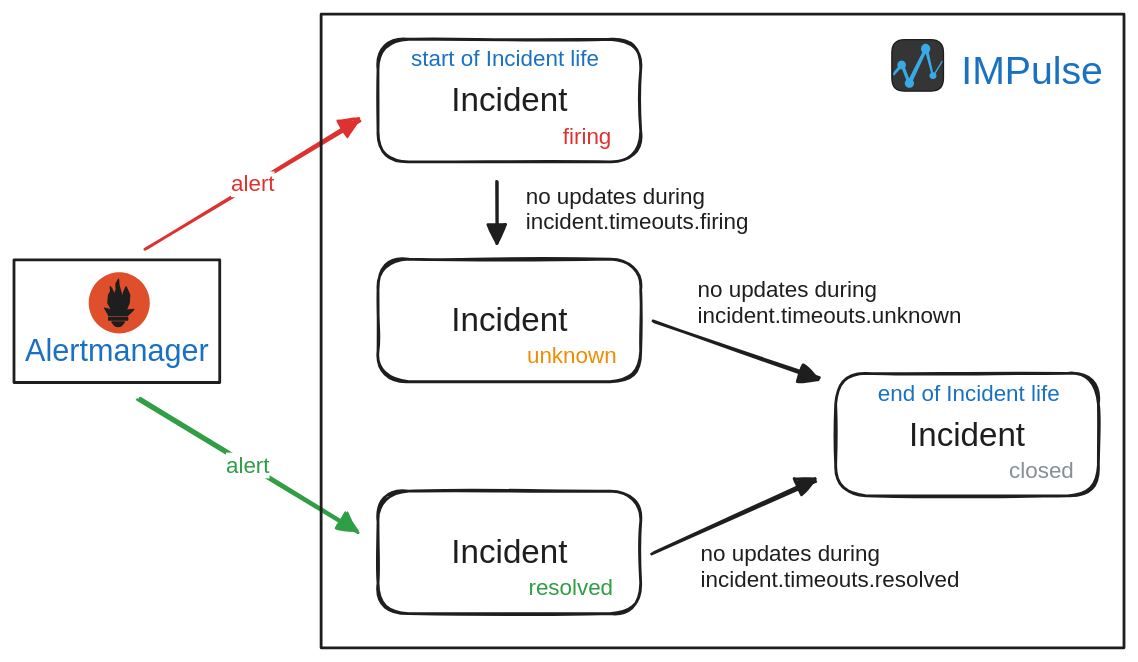
Earlier version of the Excalidraw export docs/content/media/incident_behavior.excalidraw.svg (eslupmi/impulse). Source tidied: one line per element, renumbered; positions are measured from the earlier drawing's top-left corner, leaving out a move shared by most shapes.
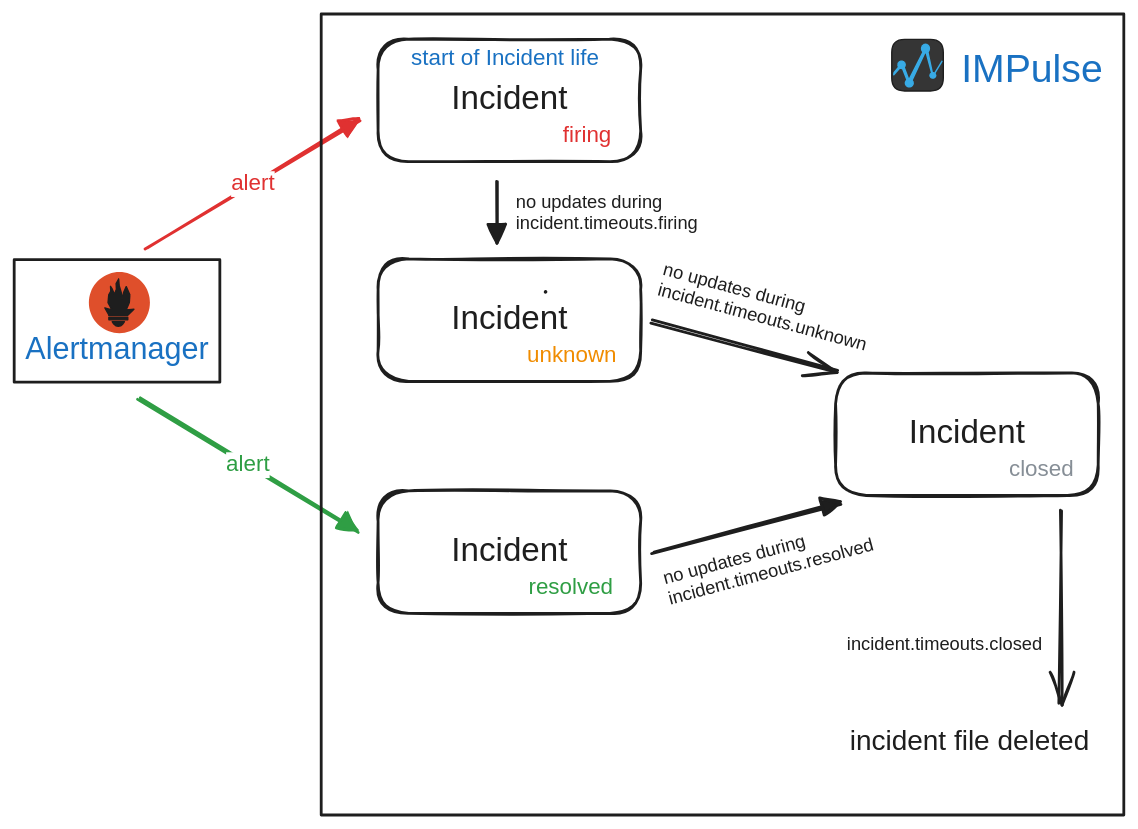
The same file after the commit.

What changed in the source:
```diff
@@ -4,11 +4,10 @@
 {"id": 3, "type": "rectangle", "strokeColor": "#1e1e1e", "strokeWidth": 2, "roughness": 1, "round": true, "x": 260, "y": 341, "width": 188, "height": 88}
 {"id": 4, "type": "text", "text": "Incident", "strokeColor": "#1e1e1e", "strokeWidth": 2, "roughness": 1, "fontSize": 23.67, "fontFamily": 2, "textAlign": "center", "verticalAlign": "middle", "inside": 3, "x": 312, "y": 371, "width": 83, "height": 27}
 {"id": 5, "type": "text", "text": "resolved", "strokeColor": "#2f9e44", "strokeWidth": 2, "roughness": 1, "fontSize": 16, "fontFamily": 2, "textAlign": "center", "verticalAlign": "middle", "x": 367, "y": 401, "width": 60, "height": 18}
-{"id": 6, "type": "arrow", "strokeColor": "#1e1e1e", "strokeWidth": 2, "roughness": 1, "endArrowhead": "triangle", "round": true, "from": 3, "to": 14, "x": 456, "y": 386, "width": 115, "height": 52, "points": [[0, 0], [115, -52]]}
+{"id": 6, "type": "arrow", "strokeColor": "#1e1e1e", "strokeWidth": 2, "roughness": 1, "endArrowhead": "triangle", "round": true, "from": 3, "to": 14, "x": 456, "y": 386, "width": 133, "height": 36, "points": [[0, 0], [133, -36]]}
 {"id": 7, "type": "arrow", "strokeColor": "#2f9e44", "strokeWidth": 2, "roughness": 1, "endArrowhead": "triangle", "round": true, "from": 22, "to": 3, "x": 89, "y": 275, "width": 157, "height": 94, "points": [[0, 0], [157, 94]]}
 {"id": 8, "type": "text", "text": "alert", "strokeColor": "#2f9e44", "strokeWidth": 2, "roughness": 1, "fontSize": 16, "fontFamily": 2, "textAlign": "center", "verticalAlign": "middle", "inside": 7, "x": 152, "y": 297, "width": 31, "height": 18}
-{"id": 9, "type": "text", "text": "end of Incident life", "strokeColor": "#1971c2", "strokeWidth": 2, "roughness": 1, "fontSize": 16, "fontFamily": 2, "x": 617, "y": 262, "width": 130, "height": 18}
-{"id": 10, "type": "arrow", "strokeColor": "#1e1e1e", "strokeWidth": 2, "roughness": 1, "endArrowhead": "triangle", "round": true, "from": 17, "to": 14, "x": 456, "y": 219, "width": 119, "height": 41, "points": [[0, 0], [119, 41]]}
+{"id": 10, "type": "arrow", "strokeColor": "#1e1e1e", "strokeWidth": 2, "roughness": 1, "endArrowhead": "triangle", "round": true, "from": 25, "to": 25, "x": 380, "y": 198, "width": 0, "height": 0, "points": [[0, 0], [0, 0]]}
 {"id": 11, "type": "rectangle", "strokeColor": "#1e1e1e", "strokeWidth": 2, "roughness": 1, "round": true, "x": 260, "y": 18, "width": 188, "height": 88}
 {"id": 12, "type": "text", "text": "Incident", "strokeColor": "#1e1e1e", "strokeWidth": 2, "roughness": 1, "fontSize": 23.67, "fontFamily": 2, "textAlign": "center", "verticalAlign": "middle", "inside": 11, "x": 312, "y": 48, "width": 83, "height": 27}
 {"id": 13, "type": "text", "text": "firing", "strokeColor": "#e03131", "strokeWidth": 2, "roughness": 1, "fontSize": 16, "fontFamily": 2, "textAlign": "center", "verticalAlign": "middle", "x": 392, "y": 78, "width": 35, "height": 18}
@@ -19,12 +18,10 @@
 {"id": 18, "type": "text", "text": "Incident", "strokeColor": "#1e1e1e", "strokeWidth": 2, "roughness": 1, "fontSize": 23.67, "fontFamily": 2, "textAlign": "center", "verticalAlign": "middle", "inside": 17, "x": 312, "y": 205, "width": 83, "height": 27}
 {"id": 19, "type": "text", "text": "unknown", "strokeColor": "#f08c00", "strokeWidth": 2, "roughness": 1, "fontSize": 16, "fontFamily": 2, "textAlign": "center", "verticalAlign": "middle", "x": 366, "y": 235, "width": 64, "height": 18}
 {"id": 20, "type": "text", "text": "start of Incident life", "strokeColor": "#1971c2", "strokeWidth": 2, "roughness": 1, "fontSize": 16, "fontFamily": 2, "x": 284, "y": 23, "width": 134, "height": 18}
-{"id": 21, "type": "rectangle", "strokeColor": "#1e1e1e", "strokeWidth": 2, "roughness": 0, "x": 219, "y": 0, "width": 573, "height": 453}
+{"id": 21, "type": "rectangle", "strokeColor": "#1e1e1e", "strokeWidth": 2, "roughness": 0, "x": 219, "y": 0, "width": 573, "height": 572}
 {"id": 22, "type": "rectangle", "strokeColor": "#1e1e1e", "strokeWidth": 2, "roughness": 0, "x": 0, "y": 176, "width": 147, "height": 88}
 {"id": 23, "type": "text", "text": "IMPulse", "strokeColor": "#1971c2", "strokeWidth": 2, "strokeStyle": "dashed", "roughness": 1, "fontSize": 28, "fontFamily": 2, "x": 677, "y": 25, "width": 101, "height": 32}
-{"id": 24, "type": "text", "text": "no updates during \nincident.timeouts.firing", "strokeColor": "#1e1e1e", "strokeWidth": 2, "roughness": 1, "fontSize": 16, "fontFamily": 2, "x": 365, "y": 121, "width": 159, "height": 37}
-{"id": 25, "type": "text", "text": "no updates during\nincident.timeouts.unknown", "strokeColor": "#1e1e1e", "strokeWidth": 2, "roughness": 1, "fontSize": 16, "fontFamily": 2, "x": 488, "y": 188, "width": 189, "height": 37}
+{"id": 25, "type": "text", "text": "no updates during\nincident.timeouts.unknown", "strokeColor": "#1e1e1e", "angle": 0.26, "strokeWidth": 2, "roughness": 1, "fontSize": 13.08, "fontFamily": 2, "x": 459, "y": 195, "width": 154, "height": 30}
-{"id": 26, "type": "text", "text": "no updates during\nincident.timeouts.resolved", "strokeColor": "#1e1e1e", "strokeWidth": 2, "roughness": 1, "fontSize": 16, "fontFamily": 2, "x": 490, "y": 376, "width": 185, "height": 37}
 {"id": 27, "type": "rectangle", "strokeColor": "#1e1e1e", "backgroundColor": "#353535", "fillStyle": "solid", "strokeWidth": 1, "roughness": 0, "round": true, "x": 627, "y": 18, "width": 37, "height": 37}
 {"id": 28, "type": "line", "strokeColor": "#38abe6", "backgroundColor": "#38abe6", "fillStyle": "solid", "strokeWidth": 1, "roughness": 0, "x": 629, "y": 42, "width": 34, "height": 29, "points": [[0, 0], [6, -7], [11, 5], [23, -19], [28, 2], [34, -8], [28, 3], [23, -15], [11, 10], [5, -5], [0, 2]]}
 {"id": 29, "type": "ellipse", "strokeColor": "#38abe6", "backgroundColor": "#38abe6", "fillStyle": "solid", "strokeWidth": 1, "roughness": 0, "x": 648, "y": 22, "width": 6, "height": 6}
@@ -36,3 +33,9 @@
 {"id": 35, "type": "line", "strokeColor": "#1e1e1e", "backgroundColor": "#1e1e1e", "fillStyle": "solid", "strokeWidth": 1, "roughness": 0, "x": 74, "y": 223, "width": 9, "height": 3, "points": [[0, 0], [-2, 0], [-3, -2], [-4, -3], [4, -3], [3, -1], [2, 0], [0, 0]]}
 {"id": 36, "type": "line", "strokeColor": "#1e1e1e", "backgroundColor": "#1e1e1e", "fillStyle": "solid", "strokeWidth": 1, "roughness": 0, "x": 68, "y": 215, "width": 21, "height": 26, "points": [[0, 0], [14, 0], [18, -4], [12, -4], [15, -9], [15, -15], [12, -21], [11, -16], [9, -12], [9, -16], [7, -21], [7, -26], [5, -23], [5, -19], [4, -15], [3, -19], [1, -21], [1, -17], [0, -15], [-1, -9], [2, -4], [-3, -5], [0, -1]]}
 {"id": 37, "type": "text", "text": "Alertmanager", "strokeColor": "#1971c2", "strokeWidth": 2, "roughness": 1, "fontSize": 21.84, "fontFamily": 2, "x": 8, "y": 228, "width": 131, "height": 25}
+{"id": 38, "type": "arrow", "strokeColor": "#1e1e1e", "strokeWidth": 2, "roughness": 1, "endArrowhead": "arrow", "round": true, "from": 14, "x": 747, "y": 354, "width": 0, "height": 139, "points": [[0, 0], [0, 139]]}
+{"id": 39, "type": "text", "text": "incident file deleted", "strokeColor": "#1e1e1e", "strokeWidth": 2, "roughness": 1, "fontSize": 20, "fontFamily": 2, "x": 597, "y": 509, "width": 171, "height": 23}
+{"id": 26, "type": "text", "text": "no updates during\nincident.timeouts.resolved", "strokeColor": "#1e1e1e", "angle": 6.02, "strokeWidth": 2, "roughness": 1, "fontSize": 13.08, "fontFamily": 2, "x": 463, "y": 377, "width": 151, "height": 30}
+{"id": 24, "type": "text", "text": "no updates during\nincident.timeouts.firing", "strokeColor": "#1e1e1e", "strokeWidth": 2, "roughness": 1, "fontSize": 13.08, "fontFamily": 2, "x": 358, "y": 127, "width": 130, "height": 30}
+{"id": 40, "type": "arrow", "strokeColor": "#1e1e1e", "strokeWidth": 2, "roughness": 1, "endArrowhead": "arrow", "round": true, "from": 17, "to": 14, "x": 455, "y": 219, "width": 132, "height": 35, "points": [[0, 0], [132, 35]]}
+{"id": 41, "type": "text", "text": "incident.timeouts.closed", "strokeColor": "#1e1e1e", "strokeWidth": 2, "roughness": 1, "fontSize": 13.08, "fontFamily": 2, "x": 595, "y": 443, "width": 140, "height": 15}
```
